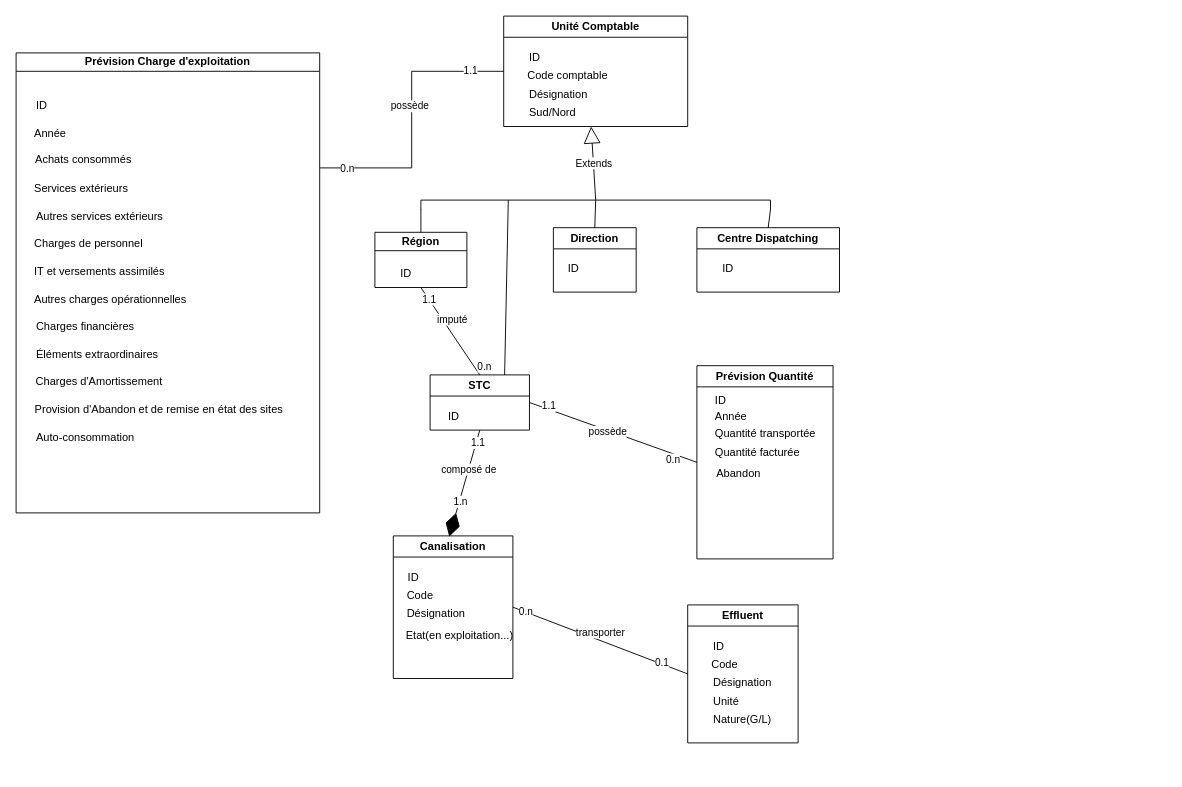
This is Diagramme de class Tarification.drawio.xml from saddambelabed/Conception, a draw.io file, before an edit. Source tidied: cells renumbered, new cells numbered last; positions are measured from the earlier drawing's top-left corner, leaving out a move shared by most shapes. Both pictures are drawn from the tidied source at 92%, with x=0, y=0 at pixel (16, 16).
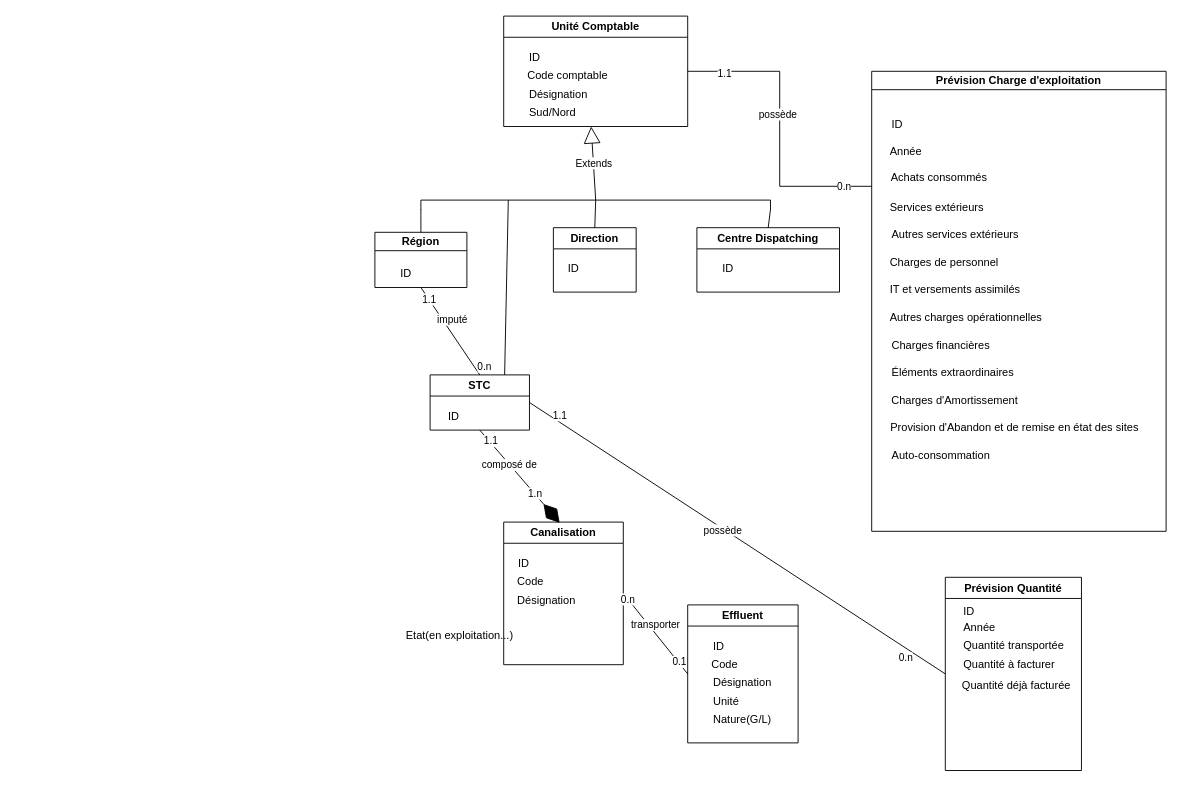
The same diagram, later.

Commit message:
Mettre à jour Diagramme de class Tarification.drawio.xml

Unchanged cells that the change refers to:
```xml
<mxCell id="6" value="Unité Comptable" style="swimlane;whiteSpace=wrap;html=1;" parent="1" vertex="1">
  <mxGeometry x="530" width="200" height="120" as="geometry" />
</mxCell>
```

Change to the diagram source:
```diff
@@
-    <mxCell id="2" style="edgeStyle=orthogonalEdgeStyle;rounded=0;jettySize=auto;html=1;entryX=1;entryY=0.25;entryDx=0;entryDy=0;endArrow=none;endFill=0;" parent="1" edge="1" source="6" target="56">
+    <mxCell id="2" style="edgeStyle=orthogonalEdgeStyle;rounded=0;jettySize=auto;html=1;endArrow=none;endFill=0;entryX=0;entryY=0.25;entryDx=0;entryDy=0;" parent="1" edge="1" source="6" target="56">
       <mxGeometry relative="1" as="geometry" />
     </mxCell>
@@
     <mxCell id="18" value="Canalisation" style="swimlane;whiteSpace=wrap;html=1;" parent="1" vertex="1">
-      <mxGeometry x="410" y="565" width="130" height="155" as="geometry" />
+      <mxGeometry x="530" y="550" width="130" height="155" as="geometry" />
     </mxCell>
@@
     <mxCell id="50" value="Prévision Quantité" style="swimlane;whiteSpace=wrap;html=1;" parent="1" vertex="1">
-      <mxGeometry x="740" y="380" width="148" height="210" as="geometry" />
+      <mxGeometry x="1010" y="610" width="148" height="210" as="geometry" />
     </mxCell>
@@
-    <mxCell id="54" value="Abandon" style="text;html=1;align=center;verticalAlign=middle;strokeColor=none;fillColor=none;" parent="50" vertex="1">
-      <mxGeometry x="10" y="103" width="70" height="30" as="geometry" />
+    <mxCell id="54" value="&lt;span style=&quot;text-align: left;&quot;&gt;Quantité déjà&amp;nbsp;facturée&lt;/span&gt;" style="text;html=1;align=center;verticalAlign=middle;strokeColor=none;fillColor=none;" parent="50" vertex="1">
+      <mxGeometry x="7" y="103" width="140" height="30" as="geometry" />
     </mxCell>
-    <mxCell id="55" value="Quantité facturée" style="text;html=1;align=left;verticalAlign=middle;strokeColor=none;fillColor=none;" parent="50" vertex="1">
+    <mxCell id="55" value="Quantité à facturer" style="text;html=1;align=left;verticalAlign=middle;strokeColor=none;fillColor=none;" parent="50" vertex="1">
       <mxGeometry x="18" y="80" width="120" height="30" as="geometry" />
     </mxCell>
     <mxCell id="56" value="Prévision Charge d'exploitation" style="swimlane;whiteSpace=wrap;html=1;startSize=20;" parent="1" vertex="1">
-      <mxGeometry y="40" width="330" height="500" as="geometry" />
+      <mxGeometry x="930" y="60" width="320" height="500" as="geometry" />
     </mxCell>
```
